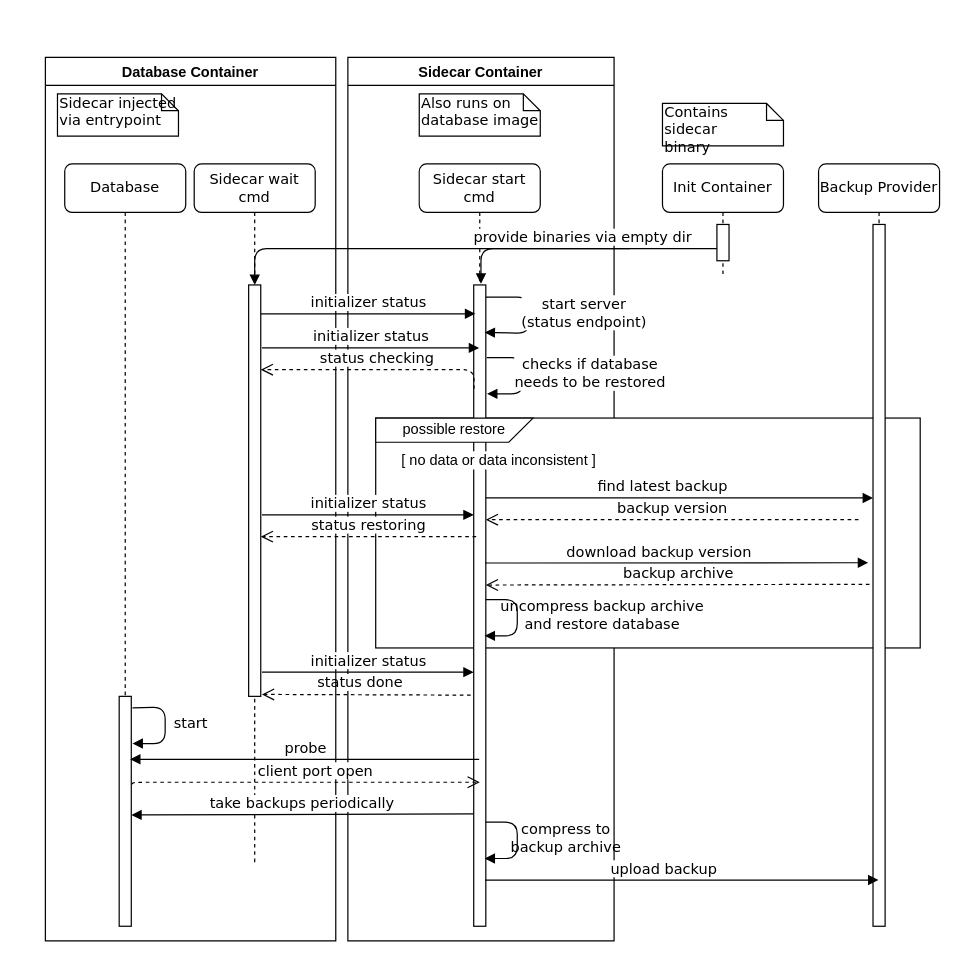
This is docs/sequence.drawio from metal-stack/backup-restore-sidecar, a draw.io file, before an edit. Source tidied: cells renumbered, new cells numbered last; positions are measured from the earlier drawing's top-left corner, leaving out a move shared by most shapes. Both pictures are drawn from the tidied source at 121%, with x=0, y=0 at pixel (45, 57).
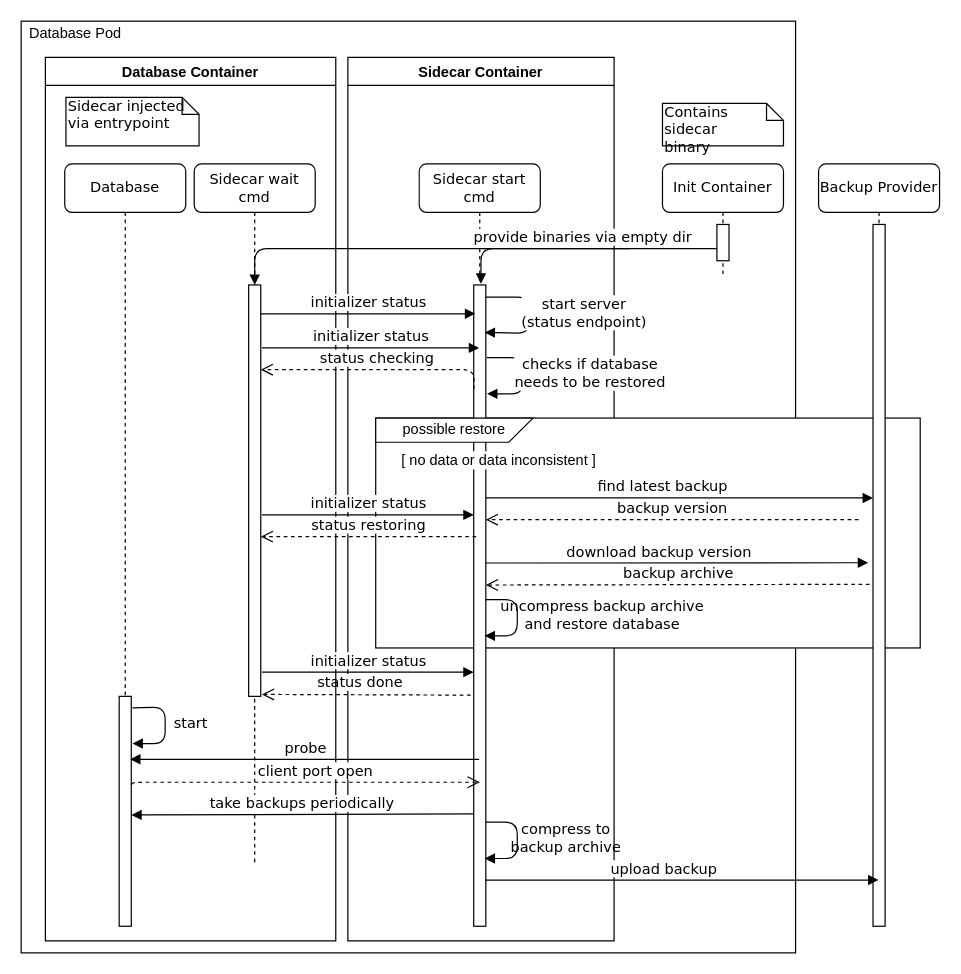
After the change.

Commit message (it also covers changes not shown here):
Update sequence diagram a little.

Unchanged cells that the change refers to:
```xml
<mxCell id="2" value="Sidecar Container" style="swimlane;labelBackgroundColor=#ffffff;" parent="1" vertex="1">
  <mxGeometry x="250" width="220" height="730" as="geometry" />
</mxCell>
<mxCell id="25" value="Database Container" style="swimlane;labelBackgroundColor=#ffffff;" parent="1" vertex="1">
  <mxGeometry width="240" height="730" as="geometry" />
</mxCell>
```

The edit, as a diff of the source:
```diff
@@
+    <mxCell id="42" style="rounded=0;whiteSpace=wrap;html=1;" parent="1" vertex="1">
+      <mxGeometry x="-20" y="-30" width="640" height="770" as="geometry" />
+    </mxCell>
@@
-    <mxCell id="3" value="Also runs on database image" style="shape=note;whiteSpace=wrap;html=1;size=14;verticalAlign=top;align=left;spacingTop=-6;rounded=0;shadow=0;comic=0;labelBackgroundColor=none;strokeWidth=1;fontFamily=Verdana;fontSize=12;" parent="2" vertex="1">
-      <mxGeometry x="59" y="30" width="100" height="35" as="geometry" />
-    </mxCell>
@@
     <mxCell id="26" value="Sidecar injected &lt;br&gt;via entrypoint" style="shape=note;whiteSpace=wrap;html=1;size=14;verticalAlign=top;align=left;spacingTop=-6;rounded=0;shadow=0;comic=0;labelBackgroundColor=none;strokeWidth=1;fontFamily=Verdana;fontSize=12;" parent="25" vertex="1">
-      <mxGeometry x="10" y="30" width="100" height="35" as="geometry" />
+      <mxGeometry x="17" y="33" width="110" height="40" as="geometry" />
     </mxCell>
@@
+    <mxCell id="43" value="Database Pod" style="text;html=1;strokeColor=none;fillColor=none;align=center;verticalAlign=middle;whiteSpace=wrap;rounded=0;" parent="1" vertex="1">
+      <mxGeometry x="-20" y="-30" width="90" height="20" as="geometry" />
+    </mxCell>
```
